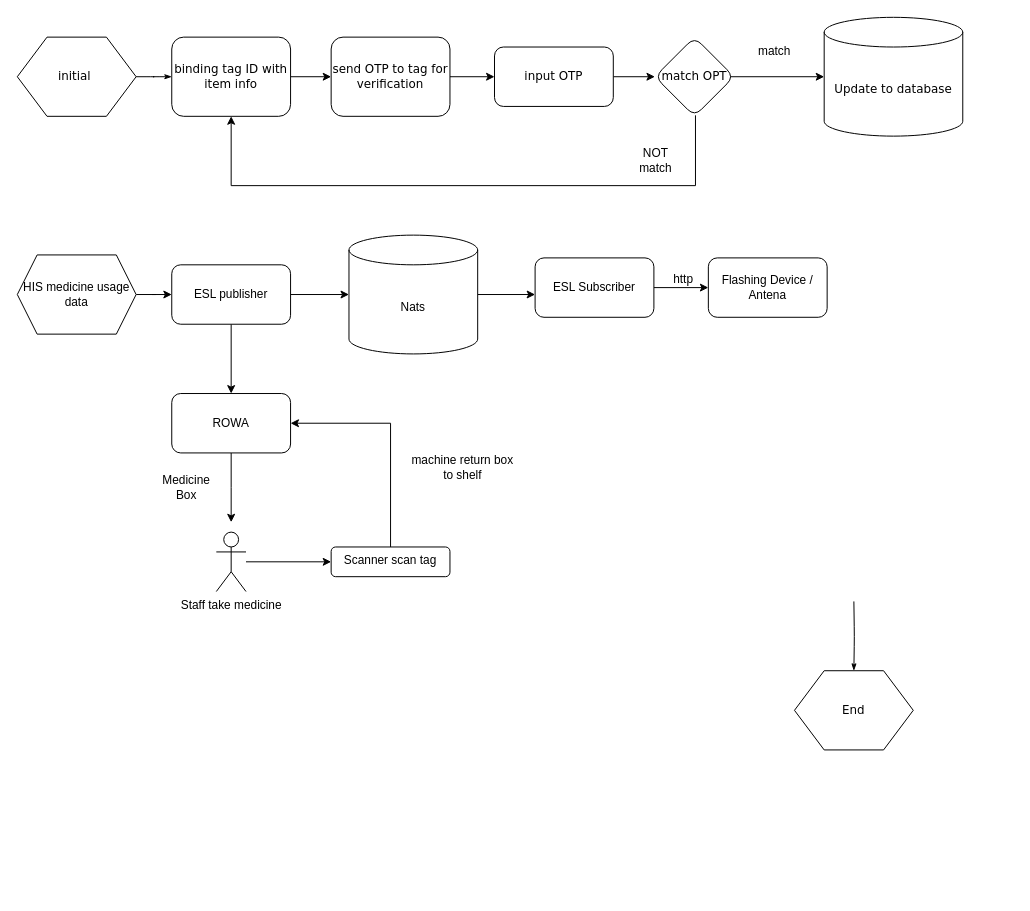
Earlier version of the draw.io diagram Untitled Diagram.drawio (MQzhiyong/draw_io). Source tidied: cells renumbered, new cells numbered last; positions are measured from the earlier drawing's top-left corner, leaving out a move shared by most shapes. Both pictures are drawn from the tidied source at 99%, with x=0, y=0 at pixel (17, 17).
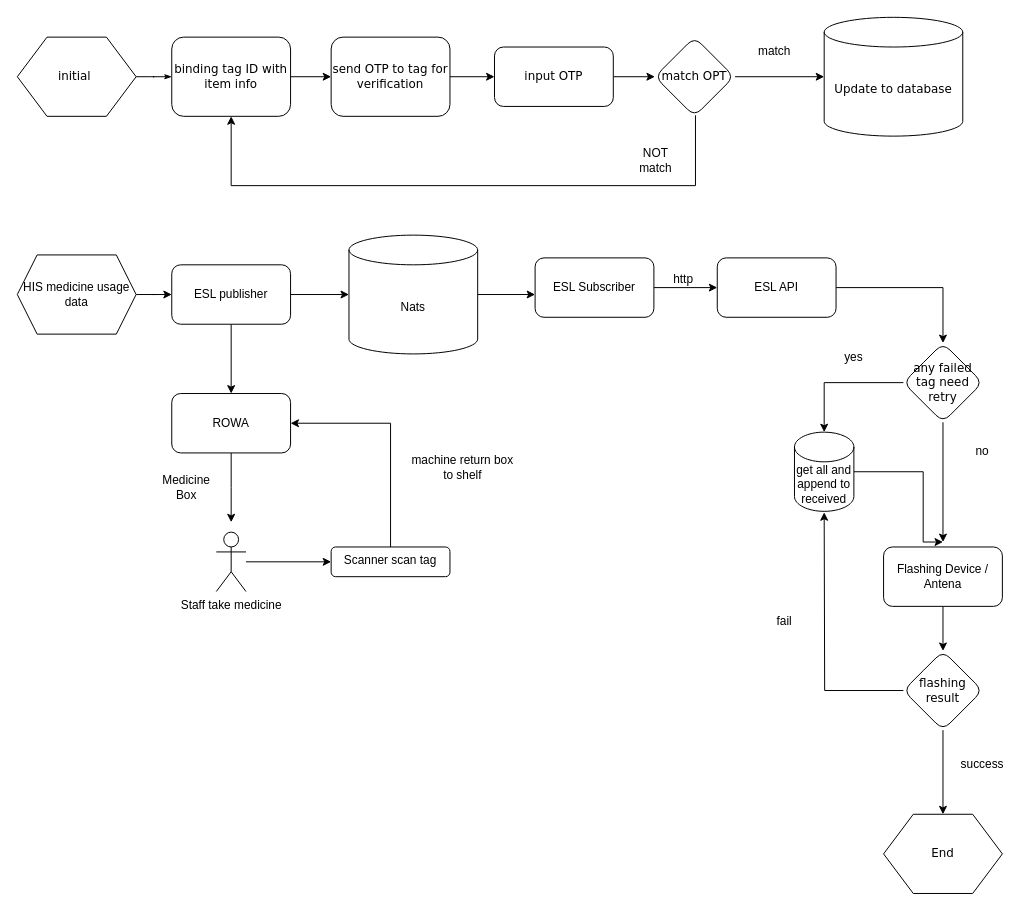
Above is the later version.

The edit, as a diff of the source:
```diff
@@
-    <mxCell id="6" style="edgeStyle=orthogonalEdgeStyle;rounded=1;html=1;labelBackgroundColor=none;startArrow=none;startFill=0;startSize=5;endArrow=classicThin;endFill=1;endSize=5;jettySize=auto;strokeWidth=1;fontFamily=Verdana;fontSize=8;" parent="1" edge="1" target="7">
-      <mxGeometry relative="1" as="geometry">
-        <mxPoint x="845" y="590" as="sourcePoint" />
-      </mxGeometry>
-    </mxCell>
     <mxCell id="7" value="End" style="shape=hexagon;perimeter=hexagonPerimeter;whiteSpace=wrap;html=1;rounded=0;shadow=0;labelBackgroundColor=none;strokeWidth=1;fontFamily=Verdana;fontSize=12;align=center;" parent="1" vertex="1">
-      <mxGeometry x="785" y="660" width="120" height="80" as="geometry" />
+      <mxGeometry x="875" y="805" width="120" height="80" as="geometry" />
     </mxCell>
@@
     <mxCell id="13" style="edgeStyle=orthogonalEdgeStyle;rounded=0;orthogonalLoop=1;jettySize=auto;html=1;" parent="1" edge="1">
       <mxGeometry relative="1" as="geometry">
-        <mxPoint x="696" y="60" as="sourcePoint" />
+        <mxPoint x="725" y="60" as="sourcePoint" />
         <mxPoint x="815" y="60" as="targetPoint" />
       </mxGeometry>
     </mxCell>
@@
+    <mxCell id="37" style="edgeStyle=orthogonalEdgeStyle;rounded=0;jettySize=auto;html=1;entryX=0.5;entryY=0;entryDx=0;entryDy=0;" parent="1" edge="1" source="26" target="42">
+      <mxGeometry relative="1" as="geometry" />
+    </mxCell>
-    <mxCell id="26" value="Flashing Device / Antena" style="whiteSpace=wrap;html=1;rounded=1;" parent="1" vertex="1">
-      <mxGeometry x="698" y="243" width="120" height="60" as="geometry" />
+    <mxCell id="26" value="ESL API" style="whiteSpace=wrap;html=1;rounded=1;" parent="1" vertex="1">
+      <mxGeometry x="707" y="243" width="120" height="60" as="geometry" />
     </mxCell>
@@
+    <mxCell id="38" style="edgeStyle=orthogonalEdgeStyle;rounded=0;jettySize=auto;html=1;entryX=0.5;entryY=0;entryDx=0;entryDy=0;" parent="1" edge="1" source="39">
+      <mxGeometry relative="1" as="geometry">
+        <mxPoint x="935" y="530" as="targetPoint" />
+        <Array as="points">
+          <mxPoint x="915" y="459" />
+          <mxPoint x="915" y="530" />
+        </Array>
+      </mxGeometry>
+    </mxCell>
+    <mxCell id="39" value="get all and append to received" style="shape=cylinder3;whiteSpace=wrap;html=1;boundedLbl=1;backgroundOutline=1;size=15;" parent="1" vertex="1">
+      <mxGeometry x="785" y="419" width="60" height="80" as="geometry" />
+    </mxCell>
+    <mxCell id="40" style="edgeStyle=orthogonalEdgeStyle;rounded=0;jettySize=auto;html=1;entryX=0.5;entryY=0;entryDx=0;entryDy=0;entryPerimeter=0;" parent="1" edge="1" source="42" target="39">
+      <mxGeometry relative="1" as="geometry" />
+    </mxCell>
+    <mxCell id="41" style="edgeStyle=orthogonalEdgeStyle;rounded=0;jettySize=auto;html=1;exitX=0.5;exitY=1;exitDx=0;exitDy=0;entryX=0.5;entryY=0;entryDx=0;entryDy=0;" parent="1" edge="1" source="42">
+      <mxGeometry relative="1" as="geometry">
+        <mxPoint x="935" y="530" as="targetPoint" />
+      </mxGeometry>
+    </mxCell>
+    <mxCell id="42" value="any failed tag need retry" style="rhombus;whiteSpace=wrap;html=1;fontFamily=Verdana;rounded=1;shadow=0;labelBackgroundColor=none;strokeWidth=1;" parent="1" vertex="1">
+      <mxGeometry x="895" y="329" width="80" height="80" as="geometry" />
+    </mxCell>
+    <mxCell id="43" value="yes" style="text;html=1;strokeColor=none;fillColor=none;align=center;verticalAlign=middle;whiteSpace=wrap;rounded=0;" parent="1" vertex="1">
+      <mxGeometry x="815" y="329" width="60" height="30" as="geometry" />
+    </mxCell>
+    <mxCell id="44" value="no" style="text;html=1;strokeColor=none;fillColor=none;align=center;verticalAlign=middle;whiteSpace=wrap;rounded=0;" parent="1" vertex="1">
+      <mxGeometry x="945" y="424" width="60" height="30" as="geometry" />
+    </mxCell>
+    <mxCell id="45" style="edgeStyle=orthogonalEdgeStyle;rounded=0;jettySize=auto;html=1;entryX=0.5;entryY=0;entryDx=0;entryDy=0;" parent="1" edge="1" source="46" target="49">
+      <mxGeometry relative="1" as="geometry" />
+    </mxCell>
+    <mxCell id="46" value="Flashing Device / Antena" style="whiteSpace=wrap;html=1;rounded=1;" parent="1" vertex="1">
+      <mxGeometry x="875" y="535" width="120" height="60" as="geometry" />
+    </mxCell>
+    <mxCell id="47" style="edgeStyle=orthogonalEdgeStyle;rounded=0;jettySize=auto;html=1;entryX=0.5;entryY=0;entryDx=0;entryDy=0;" parent="1" edge="1" source="49" target="7">
+      <mxGeometry relative="1" as="geometry" />
+    </mxCell>
+    <mxCell id="48" style="edgeStyle=orthogonalEdgeStyle;rounded=0;jettySize=auto;html=1;" parent="1" edge="1" source="49">
+      <mxGeometry relative="1" as="geometry">
+        <mxPoint x="815" y="500" as="targetPoint" />
+      </mxGeometry>
+    </mxCell>
+    <mxCell id="49" value="flashing &lt;br&gt;result" style="rhombus;whiteSpace=wrap;html=1;fontFamily=Verdana;rounded=1;shadow=0;labelBackgroundColor=none;strokeWidth=1;" parent="1" vertex="1">
+      <mxGeometry x="895" y="640" width="80" height="80" as="geometry" />
+    </mxCell>
+    <mxCell id="50" value="fail" style="text;html=1;strokeColor=none;fillColor=none;align=center;verticalAlign=middle;whiteSpace=wrap;rounded=0;" parent="1" vertex="1">
+      <mxGeometry x="745" y="595" width="60" height="30" as="geometry" />
+    </mxCell>
+    <mxCell id="51" value="success&lt;br&gt;" style="text;html=1;strokeColor=none;fillColor=none;align=center;verticalAlign=middle;whiteSpace=wrap;rounded=0;" parent="1" vertex="1">
+      <mxGeometry x="945" y="740" width="60" height="30" as="geometry" />
+    </mxCell>
```
